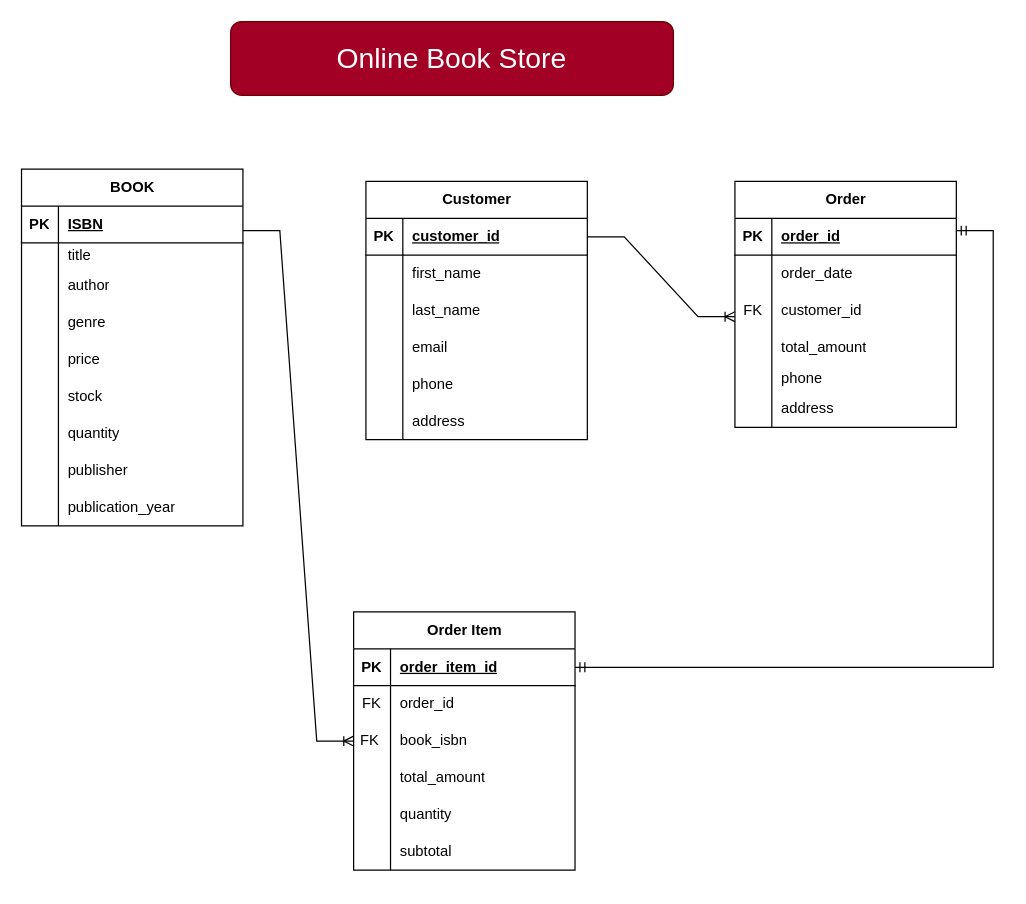
Earlier version of the draw.io diagram online_book_store.drawio (Ahsan-Ullah1871/end_diagram). Source tidied: cells renumbered, new cells numbered last; positions are measured from the earlier drawing's top-left corner, leaving out a move shared by most shapes. Both pictures are drawn from the tidied source at 123%, with x=0, y=0 at pixel (21, 21).
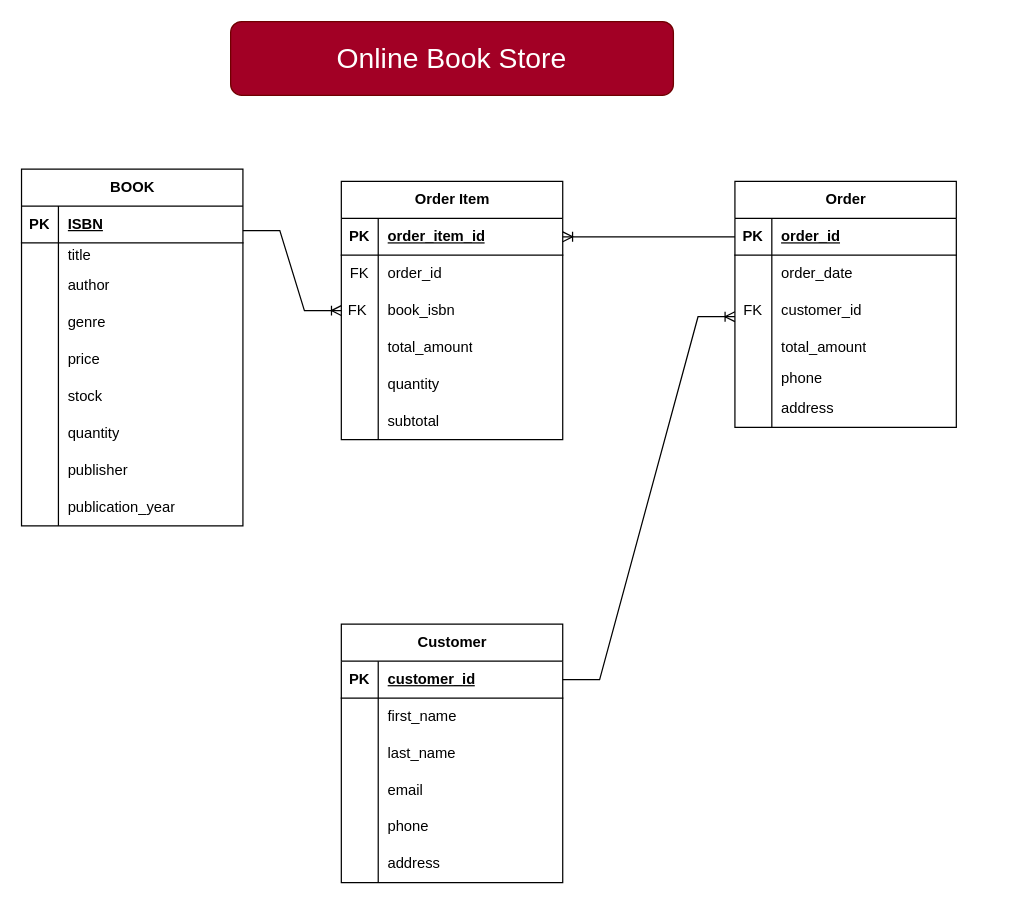
After the change.

The change refers to these unchanged cells:
```xml
<mxCell id="51" style="shape=tableRow;horizontal=0;startSize=0;swimlaneHead=0;swimlaneBody=0;fillColor=none;points=[[0,0.5],[1,0.5]];portConstraint=eastwest;top=0;left=0;right=0;bottom=1;" parent="50" vertex="1">
  <mxGeometry y="30" width="180" height="30" as="geometry" />
</mxCell>
<mxCell id="70" style="shape=tableRow;horizontal=0;startSize=0;swimlaneHead=0;swimlaneBody=0;fillColor=none;points=[[0,0.5],[1,0.5]];portConstraint=eastwest;top=0;left=0;right=0;bottom=1;" parent="69" vertex="1">
  <mxGeometry y="30" width="180" height="30" as="geometry" />
</mxCell>
```

What changed in the source:
```diff
@@
     <mxCell id="31" value="Customer" style="shape=table;startSize=30;childLayout=tableLayout;rowLines=0;fontStyle=1;align=center;html=1;" parent="1" vertex="1">
-      <mxGeometry x="280" y="130" width="180" height="210" as="geometry" />
+      <mxGeometry x="260" y="490" width="180" height="210" as="geometry" />
     </mxCell>
@@
     <mxCell id="69" value="Order Item" style="shape=table;startSize=30;childLayout=tableLayout;rowLines=0;fontStyle=1;align=center;html=1;" parent="1" vertex="1">
-      <mxGeometry x="270" y="480" width="180" height="210" as="geometry" />
+      <mxGeometry x="260" y="130" width="180" height="210" as="geometry" />
     </mxCell>
@@
-    <mxCell id="90" style="edgeStyle=entityRelationEdgeStyle;fontSize=12;html=1;endArrow=ERmandOne;startArrow=ERmandOne;rounded=0;" parent="1" edge="1" target="70">
-      <mxGeometry relative="1" as="geometry">
-        <mxPoint x="760" y="170" as="sourcePoint" />
-      </mxGeometry>
-    </mxCell>
+    <mxCell id="91" style="edgeStyle=entityRelationEdgeStyle;fontSize=12;html=1;endArrow=ERoneToMany;rounded=0;exitX=0;exitY=0.5;exitDx=0;exitDy=0;" parent="1" edge="1" source="51" target="70">
+      <mxGeometry relative="1" as="geometry" />
+    </mxCell>
```
